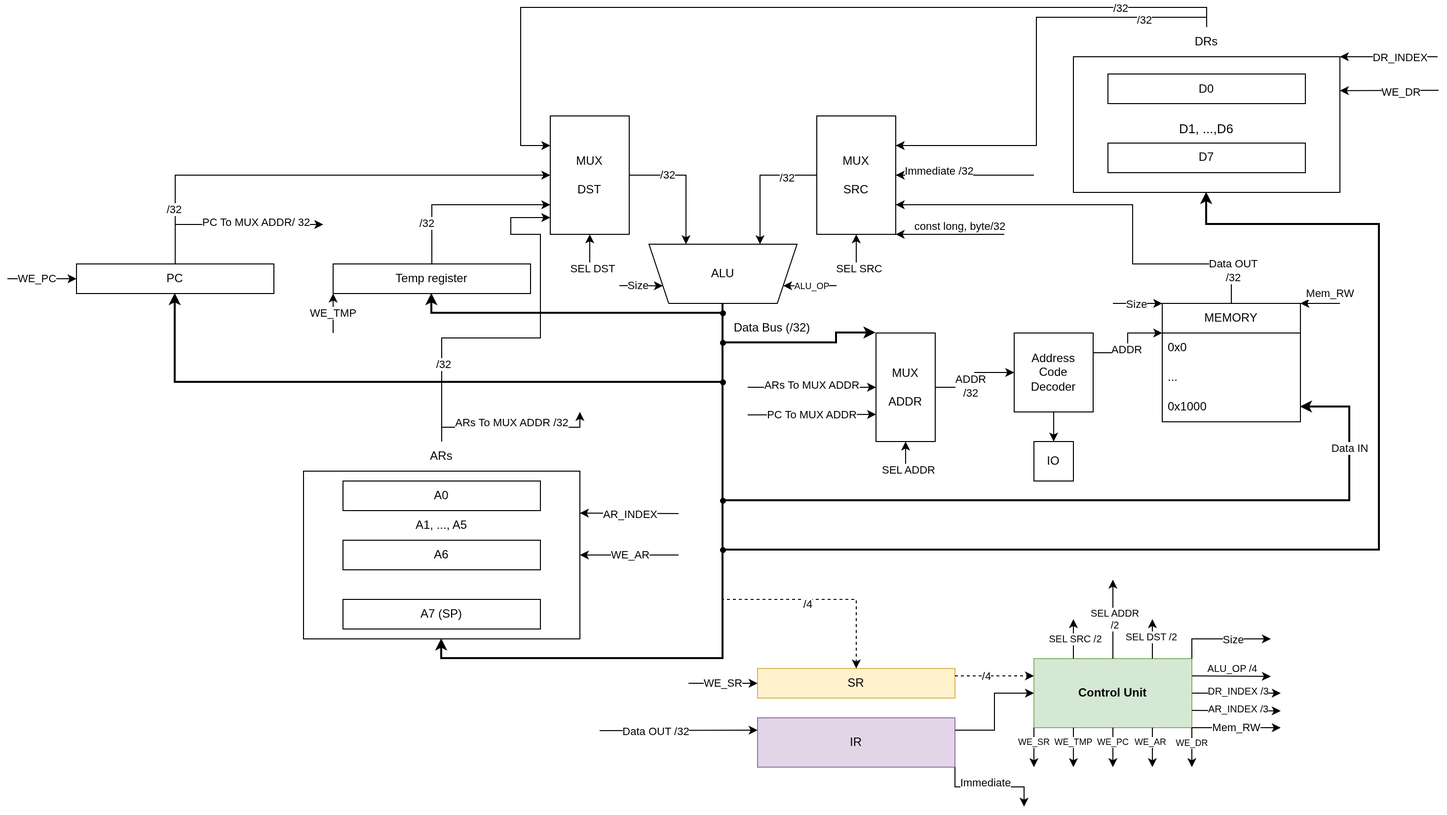
Above: scheme.png in gberdyshev/csa-scheme (draw.io), before the change. Source tidied: cells renumbered, new cells last; positions are measured from the earlier drawing's top-left corner, leaving out a move shared by most shapes.
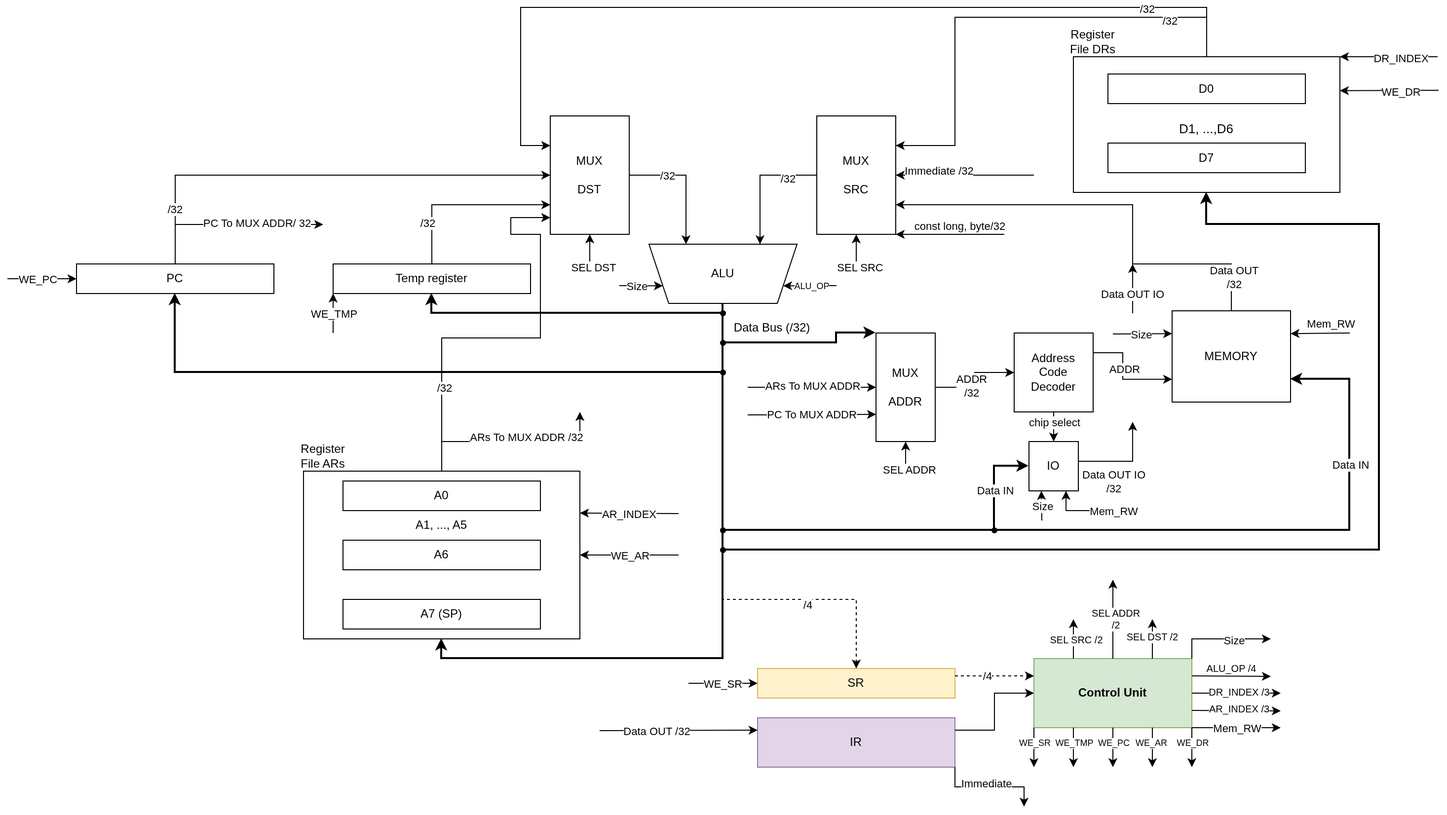
Later version of the same file.

Commit message:
(feat): fix register files (captions) and add MMIO signals

Diff of the diagram source:
```diff
@@ -37,24 +37,6 @@
     <mxCell id="12" value="MUX&lt;br&gt;&lt;br&gt;SRC" style="rounded=0;whiteSpace=wrap;html=1;" parent="1" vertex="1">
       <mxGeometry x="820" y="110" width="80" height="120" as="geometry" />
     </mxCell>
-    <mxCell id="13" style="group;" parent="1" vertex="1">
-      <mxGeometry x="1080" y="20" width="270" height="167.5" as="geometry" />
-    </mxCell>
-    <mxCell id="14" value="D0" style="rounded=0;whiteSpace=wrap;html=1;" parent="13" vertex="1">
-      <mxGeometry x="35" y="47.5" width="200" height="30" as="geometry" />
-    </mxCell>
-    <mxCell id="15" value="D7" style="rounded=0;whiteSpace=wrap;html=1;" parent="13" vertex="1">
-      <mxGeometry x="35" y="117.5" width="200" height="30" as="geometry" />
-    </mxCell>
-    <mxCell id="16" value="&lt;span style=&quot;font-size: 13px;&quot;&gt;D1, ...,D6&lt;/span&gt;" style="text;html=1;whiteSpace=wrap;strokeColor=none;fillColor=none;align=center;verticalAlign=middle;rounded=0;" parent="13" vertex="1">
-      <mxGeometry x="100" y="87.5" width="70" height="30" as="geometry" />
-    </mxCell>
-    <mxCell id="17" style="rounded=0;whiteSpace=wrap;html=1;fillColor=none;" parent="13" vertex="1">
-      <mxGeometry y="30" width="270" height="137.5" as="geometry" />
-    </mxCell>
-    <mxCell id="18" value="DRs" style="text;html=1;whiteSpace=wrap;strokeColor=none;fillColor=none;align=center;verticalAlign=middle;rounded=0;" parent="13" vertex="1">
-      <mxGeometry x="105" width="60" height="30" as="geometry" />
-    </mxCell>
     <mxCell id="19" style="endArrow=classic;html=1;rounded=0;entryX=1;entryY=0.5;entryDx=0;entryDy=0;" parent="1" edge="1" target="12">
       <mxGeometry relative="1" as="geometry">
         <mxPoint x="1040" y="170" as="sourcePoint" />
@@ -73,46 +55,10 @@
         <mxPoint x="20" y="-2" as="offset" />
       </mxGeometry>
     </mxCell>
-    <mxCell id="23" value="MEMORY" style="swimlane;fontStyle=0;horizontal=1;startSize=30;whiteSpace=wrap;html=1;" parent="1" vertex="1">
-      <mxGeometry x="1170" y="300" width="140" height="120" as="geometry" />
-    </mxCell>
-    <mxCell id="24" value="0x0" style="text;strokeColor=none;fillColor=none;align=left;verticalAlign=middle;spacingLeft=4;spacingRight=4;overflow=hidden;whiteSpace=wrap;html=1;" parent="23" vertex="1">
-      <mxGeometry y="30" width="140" height="30" as="geometry" />
-    </mxCell>
-    <mxCell id="25" value="..." style="text;strokeColor=none;fillColor=none;align=left;verticalAlign=middle;spacingLeft=4;spacingRight=4;overflow=hidden;whiteSpace=wrap;html=1;" parent="23" vertex="1">
-      <mxGeometry y="60" width="140" height="30" as="geometry" />
-    </mxCell>
-    <mxCell id="26" value="0x1000" style="text;strokeColor=none;fillColor=none;align=left;verticalAlign=middle;spacingLeft=4;spacingRight=4;overflow=hidden;points=[[0,0.5],[1,0.5]];portConstraint=eastwest;whiteSpace=wrap;html=1;" parent="23" vertex="1">
-      <mxGeometry y="90" width="140" height="30" as="geometry" />
-    </mxCell>
-    <mxCell id="27" style="group;" parent="1" vertex="1">
-      <mxGeometry x="300" y="440" width="280" height="200" as="geometry" />
-    </mxCell>
-    <mxCell id="28" style="group;" parent="27" vertex="1">
-      <mxGeometry y="30" width="280" height="170" as="geometry" />
-    </mxCell>
-    <mxCell id="29" value="A0" style="rounded=0;whiteSpace=wrap;html=1;" parent="28" vertex="1">
-      <mxGeometry x="40" y="10" width="200" height="30" as="geometry" />
-    </mxCell>
-    <mxCell id="30" value="A6" style="rounded=0;whiteSpace=wrap;html=1;" parent="28" vertex="1">
-      <mxGeometry x="40" y="70" width="200" height="30" as="geometry" />
-    </mxCell>
-    <mxCell id="31" value="A7 (SP)" style="rounded=0;whiteSpace=wrap;html=1;" parent="28" vertex="1">
-      <mxGeometry x="40" y="130" width="200" height="30" as="geometry" />
-    </mxCell>
-    <mxCell id="32" style="rounded=0;whiteSpace=wrap;html=1;fillColor=none;" parent="28" vertex="1">
-      <mxGeometry width="280" height="170" as="geometry" />
-    </mxCell>
-    <mxCell id="33" value="A1, ..., A5" style="text;html=1;whiteSpace=wrap;strokeColor=none;fillColor=none;align=center;verticalAlign=middle;rounded=0;" parent="28" vertex="1">
-      <mxGeometry x="110" y="40" width="60" height="30" as="geometry" />
-    </mxCell>
-    <mxCell id="34" value="ARs" style="text;html=1;whiteSpace=wrap;strokeColor=none;fillColor=none;align=center;verticalAlign=middle;rounded=0;" parent="27" vertex="1">
-      <mxGeometry x="110" width="60" height="30" as="geometry" />
-    </mxCell>
     <mxCell id="35" value="Temp register" style="rounded=0;whiteSpace=wrap;html=1;" parent="1" vertex="1">
       <mxGeometry x="330" y="260" width="200" height="30" as="geometry" />
     </mxCell>
-    <mxCell id="36" style="endArrow=classic;html=1;rounded=0;exitX=0.5;exitY=0;exitDx=0;exitDy=0;edgeStyle=orthogonalEdgeStyle;entryX=0;entryY=0.25;entryDx=0;entryDy=0;" parent="1" edge="1" source="18" target="7">
+    <mxCell id="36" style="endArrow=classic;html=1;rounded=0;exitX=0.5;exitY=0;exitDx=0;exitDy=0;edgeStyle=orthogonalEdgeStyle;entryX=0;entryY=0.25;entryDx=0;entryDy=0;" parent="1" edge="1" source="17" target="7">
       <mxGeometry relative="1" as="geometry">
         <Array as="points">
           <mxPoint x="1215" />
@@ -124,7 +70,7 @@
     <mxCell id="37" value="/32" style="edgeLabel;html=1;align=center;verticalAlign=middle;" parent="36" vertex="1">
       <mxGeometry x="-0.76" y="1" relative="1" as="geometry" />
     </mxCell>
-    <mxCell id="38" style="endArrow=classic;html=1;rounded=0;exitX=0.5;exitY=0;exitDx=0;exitDy=0;edgeStyle=orthogonalEdgeStyle;" parent="1" edge="1" source="34">
+    <mxCell id="38" style="endArrow=classic;html=1;rounded=0;exitX=0.5;exitY=0;exitDx=0;exitDy=0;edgeStyle=orthogonalEdgeStyle;" parent="1" edge="1" source="32">
       <mxGeometry relative="1" as="geometry">
         <mxPoint x="550" y="213" as="targetPoint" />
         <Array as="points">
@@ -139,8 +85,14 @@
     <mxCell id="39" value="/32" style="edgeLabel;html=1;align=center;verticalAlign=middle;" parent="38" vertex="1">
       <mxGeometry x="-0.6" y="-2" relative="1" as="geometry" />
     </mxCell>
-    <mxCell id="40" style="endArrow=classic;html=1;rounded=0;entryX=1;entryY=0.25;entryDx=0;entryDy=0;exitX=0.5;exitY=0;exitDx=0;exitDy=0;edgeStyle=orthogonalEdgeStyle;" parent="1" edge="1" source="18" target="12">
-      <mxGeometry relative="1" as="geometry" />
+    <mxCell id="40" style="endArrow=classic;html=1;rounded=0;entryX=1;entryY=0.25;entryDx=0;entryDy=0;edgeStyle=orthogonalEdgeStyle;exitX=0.5;exitY=0;exitDx=0;exitDy=0;" parent="1" edge="1" source="17" target="12">
+      <mxGeometry relative="1" as="geometry">
+        <Array as="points">
+          <mxPoint x="1215" y="10" />
+          <mxPoint x="960" y="10" />
+          <mxPoint x="960" y="140" />
+        </Array>
+      </mxGeometry>
     </mxCell>
     <mxCell id="41" value="/32" style="edgeLabel;html=1;align=center;verticalAlign=middle;" parent="40" vertex="1">
       <mxGeometry x="-0.68" y="3" relative="1" as="geometry" />
@@ -182,7 +134,12 @@
       </mxGeometry>
     </mxCell>
     <mxCell id="48" style="endArrow=classic;html=1;rounded=0;exitDx=0;exitDy=0;entryX=0.5;entryY=1;entryDx=0;entryDy=0;edgeStyle=orthogonalEdgeStyle;strokeWidth=2;" parent="1" edge="1" source="81" target="4">
-      <mxGeometry relative="1" as="geometry" />
+      <mxGeometry relative="1" as="geometry">
+        <Array as="points">
+          <mxPoint x="725" y="370" />
+          <mxPoint x="170" y="370" />
+        </Array>
+      </mxGeometry>
     </mxCell>
     <mxCell id="49" style="endArrow=classic;html=1;rounded=0;exitDx=0;exitDy=0;entryX=0.5;entryY=1;entryDx=0;entryDy=0;edgeStyle=orthogonalEdgeStyle;strokeWidth=2;" parent="1" edge="1" source="83" target="35">
       <mxGeometry relative="1" as="geometry" />
@@ -200,13 +157,12 @@
         <mxPoint x="-14" as="offset" />
       </mxGeometry>
     </mxCell>
-    <mxCell id="52" style="endArrow=classic;html=1;rounded=0;entryX=1;entryY=0.5;entryDx=0;entryDy=0;edgeStyle=orthogonalEdgeStyle;exitX=0.5;exitY=1;exitDx=0;exitDy=0;strokeWidth=2;" parent="1" edge="1" target="26">
+    <mxCell id="52" style="endArrow=classic;html=1;rounded=0;entryX=1;entryY=0.75;entryDx=0;entryDy=0;edgeStyle=orthogonalEdgeStyle;exitDx=0;exitDy=0;strokeWidth=2;" parent="1" edge="1" source="151" target="23">
       <mxGeometry relative="1" as="geometry">
-        <mxPoint x="725" y="497" as="sourcePoint" />
         <Array as="points">
-          <mxPoint x="725" y="500" />
-          <mxPoint x="1360" y="500" />
-          <mxPoint x="1360" y="405" />
+          <mxPoint x="725" y="530" />
+          <mxPoint x="1360" y="530" />
+          <mxPoint x="1360" y="377" />
         </Array>
       </mxGeometry>
     </mxCell>
@@ -301,8 +257,9 @@
     <mxCell id="73" value="ARs To MUX ADDR" style="edgeLabel;html=1;align=center;verticalAlign=middle;" parent="72" vertex="1">
       <mxGeometry y="2" relative="1" as="geometry" />
     </mxCell>
-    <mxCell id="74" style="endArrow=classic;html=1;rounded=0;exitX=0.5;exitY=0;exitDx=0;exitDy=0;edgeStyle=orthogonalEdgeStyle;" parent="1" edge="1" source="34">
+    <mxCell id="74" style="endArrow=classic;html=1;rounded=0;edgeStyle=orthogonalEdgeStyle;" parent="1" edge="1">
       <mxGeometry relative="1" as="geometry">
+        <mxPoint x="440" y="440" as="sourcePoint" />
         <mxPoint x="580" y="410" as="targetPoint" />
       </mxGeometry>
     </mxCell>
@@ -329,11 +286,8 @@
     <mxCell id="79" style="shape=waypoint;sketch=0;fillStyle=solid;size=6;points=[];fillColor=none;perimeter=centerPerimeter;snapToPoint=1;" parent="1" vertex="1">
       <mxGeometry x="715" y="540" width="20" height="20" as="geometry" />
     </mxCell>
-    <mxCell id="80" style="shape=waypoint;sketch=0;fillStyle=solid;size=6;points=[];fillColor=none;perimeter=centerPerimeter;snapToPoint=1;" parent="1" vertex="1">
-      <mxGeometry x="715" y="490" width="20" height="20" as="geometry" />
-    </mxCell>
     <mxCell id="81" style="shape=waypoint;sketch=0;fillStyle=solid;size=6;points=[];fillColor=none;perimeter=centerPerimeter;snapToPoint=1;" parent="1" vertex="1">
-      <mxGeometry x="715" y="370" width="20" height="20" as="geometry" />
+      <mxGeometry x="715" y="360" width="20" height="20" as="geometry" />
     </mxCell>
     <mxCell id="82" style="shape=waypoint;sketch=0;fillStyle=solid;size=6;points=[];fillColor=none;perimeter=centerPerimeter;snapToPoint=1;" parent="1" vertex="1">
       <mxGeometry x="715" y="330" width="20" height="20" as="geometry" />
@@ -406,9 +360,9 @@
     <mxCell id="99" value="Size" style="edgeLabel;html=1;align=center;verticalAlign=middle;" parent="98" vertex="1">
       <mxGeometry x="-0.18" relative="1" as="geometry" />
     </mxCell>
-    <mxCell id="100" style="endArrow=classic;html=1;rounded=0;entryX=1;entryY=0;entryDx=0;entryDy=0;" parent="1" edge="1" target="23">
+    <mxCell id="100" style="endArrow=classic;html=1;rounded=0;entryX=1;entryY=0.25;entryDx=0;entryDy=0;" parent="1" edge="1" target="23">
       <mxGeometry relative="1" as="geometry">
-        <mxPoint x="1350" y="300" as="sourcePoint" />
+        <mxPoint x="1360" y="330" as="sourcePoint" />
       </mxGeometry>
     </mxCell>
     <mxCell id="101" value="Mem_RW" style="edgeLabel;html=1;align=center;verticalAlign=middle;" parent="100" vertex="1">
@@ -416,9 +370,9 @@
         <mxPoint x="9" y="-9" as="offset" />
       </mxGeometry>
     </mxCell>
-    <mxCell id="102" value="D" style="endArrow=classic;html=1;rounded=0;entryX=0;entryY=0;entryDx=0;entryDy=0;" parent="1" edge="1" target="23">
+    <mxCell id="102" value="D" style="endArrow=classic;html=1;rounded=0;entryX=0;entryY=0.25;entryDx=0;entryDy=0;" parent="1" edge="1" target="23">
       <mxGeometry relative="1" as="geometry">
-        <mxPoint x="1120" y="300" as="sourcePoint" />
+        <mxPoint x="1120" y="331" as="sourcePoint" />
       </mxGeometry>
     </mxCell>
     <mxCell id="103" value="Size" style="edgeLabel;html=1;align=center;verticalAlign=middle;" parent="102" vertex="1">
@@ -571,8 +525,13 @@
     <mxCell id="134" value="Address&lt;br&gt;Code&lt;br&gt;Decoder" style="whiteSpace=wrap;html=1;" parent="1" vertex="1">
       <mxGeometry x="1020" y="330" width="80" height="80" as="geometry" />
     </mxCell>
-    <mxCell id="135" style="endArrow=classic;html=1;rounded=0;exitX=1;exitY=0.25;exitDx=0;exitDy=0;entryX=0;entryY=0.25;entryDx=0;entryDy=0;edgeStyle=orthogonalEdgeStyle;" parent="1" edge="1" source="134" target="23">
-      <mxGeometry relative="1" as="geometry" />
+    <mxCell id="135" style="endArrow=classic;html=1;rounded=0;exitX=1;exitY=0.25;exitDx=0;exitDy=0;entryX=0;entryY=0.75;entryDx=0;entryDy=0;edgeStyle=orthogonalEdgeStyle;" parent="1" edge="1" source="134" target="23">
+      <mxGeometry relative="1" as="geometry">
+        <Array as="points">
+          <mxPoint x="1130" y="350" />
+          <mxPoint x="1130" y="377" />
+        </Array>
+      </mxGeometry>
     </mxCell>
     <mxCell id="136" value="ADDR" style="edgeLabel;html=1;align=center;verticalAlign=middle;" parent="135" vertex="1">
       <mxGeometry x="-0.14" y="1" relative="1" as="geometry" />
@@ -580,8 +539,111 @@
     <mxCell id="137" style="endArrow=classic;html=1;rounded=0;exitX=0.5;exitY=1;exitDx=0;exitDy=0;entryX=0.5;entryY=0;entryDx=0;entryDy=0;" parent="1" edge="1" source="134" target="138">
       <mxGeometry relative="1" as="geometry" />
     </mxCell>
+    <mxCell id="139" value="chip select" style="edgeLabel;html=1;align=center;verticalAlign=middle;" parent="137" vertex="1">
+      <mxGeometry x="-0.3" relative="1" as="geometry" />
+    </mxCell>
     <mxCell id="138" value="IO" style="whiteSpace=wrap;html=1;" parent="1" vertex="1">
-      <mxGeometry x="1040" y="440" width="40" height="40" as="geometry" />
+      <mxGeometry x="1035" y="440" width="50" height="50" as="geometry" />
     </mxCell>
+    <mxCell id="28" style="group;" parent="1" vertex="1">
+      <mxGeometry x="300" y="470" width="280" height="170" as="geometry" />
+    </mxCell>
+    <mxCell id="29" value="A0" style="rounded=0;whiteSpace=wrap;html=1;" parent="28" vertex="1">
+      <mxGeometry x="40" y="10" width="200" height="30" as="geometry" />
+    </mxCell>
+    <mxCell id="30" value="A6" style="rounded=0;whiteSpace=wrap;html=1;" parent="28" vertex="1">
+      <mxGeometry x="40" y="70" width="200" height="30" as="geometry" />
+    </mxCell>
+    <mxCell id="31" value="A7 (SP)" style="rounded=0;whiteSpace=wrap;html=1;" parent="28" vertex="1">
+      <mxGeometry x="40" y="130" width="200" height="30" as="geometry" />
+    </mxCell>
+    <mxCell id="32" style="rounded=0;whiteSpace=wrap;html=1;fillColor=none;" parent="28" vertex="1">
+      <mxGeometry width="280" height="170" as="geometry" />
+    </mxCell>
+    <mxCell id="33" value="A1, ..., A5" style="text;html=1;whiteSpace=wrap;strokeColor=none;fillColor=none;align=center;verticalAlign=middle;rounded=0;" parent="28" vertex="1">
+      <mxGeometry x="110" y="40" width="60" height="30" as="geometry" />
+    </mxCell>
+    <mxCell id="34" value="Register File ARs" style="text;html=1;whiteSpace=wrap;strokeColor=none;fillColor=none;align=center;verticalAlign=middle;rounded=0;" parent="1" vertex="1">
+      <mxGeometry x="290" y="440" width="60" height="30" as="geometry" />
+    </mxCell>
+    <mxCell id="14" value="D0" style="rounded=0;whiteSpace=wrap;html=1;" parent="1" vertex="1">
+      <mxGeometry x="1115" y="67.5" width="200" height="30" as="geometry" />
+    </mxCell>
+    <mxCell id="15" value="D7" style="rounded=0;whiteSpace=wrap;html=1;" parent="1" vertex="1">
+      <mxGeometry x="1115" y="137.5" width="200" height="30" as="geometry" />
+    </mxCell>
+    <mxCell id="16" value="&lt;span style=&quot;font-size: 13px;&quot;&gt;D1, ...,D6&lt;/span&gt;" style="text;html=1;whiteSpace=wrap;strokeColor=none;fillColor=none;align=center;verticalAlign=middle;rounded=0;" parent="1" vertex="1">
+      <mxGeometry x="1180" y="107.5" width="70" height="30" as="geometry" />
+    </mxCell>
+    <mxCell id="17" style="rounded=0;whiteSpace=wrap;html=1;fillColor=none;" parent="1" vertex="1">
+      <mxGeometry x="1080" y="50" width="270" height="137.5" as="geometry" />
+    </mxCell>
+    <mxCell id="140" value="Register File DRs" style="text;html=1;whiteSpace=wrap;strokeColor=none;fillColor=none;align=center;verticalAlign=middle;rounded=0;" parent="1" vertex="1">
+      <mxGeometry x="1070" y="20" width="60" height="30" as="geometry" />
+    </mxCell>
+    <mxCell id="23" value="MEMORY" style="rounded=0;whiteSpace=wrap;html=1;" parent="1" vertex="1">
+      <mxGeometry x="1180" y="307.5" width="120" height="92.5" as="geometry" />
+    </mxCell>
+    <mxCell id="80" style="shape=waypoint;sketch=0;fillStyle=solid;size=6;points=[];fillColor=none;perimeter=centerPerimeter;snapToPoint=1;" parent="1" vertex="1">
+      <mxGeometry x="715" y="520" width="20" height="20" as="geometry" />
+    </mxCell>
+    <mxCell id="141" style="endArrow=classic;html=1;rounded=0;entryX=0;entryY=0.5;entryDx=0;entryDy=0;edgeStyle=orthogonalEdgeStyle;strokeWidth=2;" parent="1" edge="1" target="138">
+      <mxGeometry relative="1" as="geometry">
+        <mxPoint x="1000" y="530" as="sourcePoint" />
+        <Array as="points">
+          <mxPoint x="1000" y="465" />
+        </Array>
+      </mxGeometry>
+    </mxCell>
+    <mxCell id="142" value="Data IN" style="edgeLabel;html=1;align=center;verticalAlign=middle;" parent="141" vertex="1">
+      <mxGeometry x="0.05" relative="1" as="geometry">
+        <mxPoint y="12" as="offset" />
+      </mxGeometry>
+    </mxCell>
+    <mxCell id="143" style="endArrow=classic;html=1;rounded=0;exitX=1;exitY=0.5;exitDx=0;exitDy=0;edgeStyle=orthogonalEdgeStyle;" parent="1" edge="1" source="138">
+      <mxGeometry relative="1" as="geometry">
+        <mxPoint x="1140" y="420" as="targetPoint" />
+        <Array as="points">
+          <mxPoint x="1140" y="460" />
+        </Array>
+      </mxGeometry>
+    </mxCell>
+    <mxCell id="144" value="Data OUT IO&lt;br&gt;/32" style="edgeLabel;html=1;align=center;verticalAlign=middle;" parent="143" vertex="1">
+      <mxGeometry x="-0.3" y="1" relative="1" as="geometry">
+        <mxPoint x="5" y="21" as="offset" />
+      </mxGeometry>
+    </mxCell>
+    <mxCell id="145" style="endArrow=classic;html=1;rounded=0;" parent="1" edge="1">
+      <mxGeometry relative="1" as="geometry">
+        <mxPoint x="1140" y="310" as="sourcePoint" />
+        <mxPoint x="1140" y="260" as="targetPoint" />
+      </mxGeometry>
+    </mxCell>
+    <mxCell id="146" value="Data OUT IO" style="edgeLabel;html=1;align=center;verticalAlign=middle;" parent="145" vertex="1">
+      <mxGeometry x="0.12" y="1" relative="1" as="geometry">
+        <mxPoint y="8" as="offset" />
+      </mxGeometry>
+    </mxCell>
+    <mxCell id="147" value="D" style="endArrow=classic;html=1;rounded=0;entryX=0.25;entryY=1;entryDx=0;entryDy=0;" parent="1" edge="1" target="138">
+      <mxGeometry relative="1" as="geometry">
+        <mxPoint x="1048" y="520" as="sourcePoint" />
+      </mxGeometry>
+    </mxCell>
+    <mxCell id="148" value="Size" style="edgeLabel;html=1;align=center;verticalAlign=middle;" parent="147" vertex="1">
+      <mxGeometry x="-0.06" y="-1" relative="1" as="geometry" />
+    </mxCell>
+    <mxCell id="149" style="endArrow=classic;html=1;rounded=0;entryX=0.75;entryY=1;entryDx=0;entryDy=0;edgeStyle=orthogonalEdgeStyle;" parent="1" edge="1" target="138">
+      <mxGeometry relative="1" as="geometry">
+        <mxPoint x="1100" y="510" as="sourcePoint" />
+      </mxGeometry>
+    </mxCell>
+    <mxCell id="150" value="Mem_RW" style="edgeLabel;html=1;align=center;verticalAlign=middle;" parent="149" vertex="1">
+      <mxGeometry x="-0.06" y="-1" relative="1" as="geometry">
+        <mxPoint x="42" y="1" as="offset" />
+      </mxGeometry>
+    </mxCell>
+    <mxCell id="151" style="shape=waypoint;sketch=0;fillStyle=solid;size=6;points=[];fillColor=none;perimeter=centerPerimeter;snapToPoint=1;" parent="1" vertex="1">
+      <mxGeometry x="990" y="520" width="20" height="20" as="geometry" />
+    </mxCell>
   </root>
 </mxGraphModel>
```
